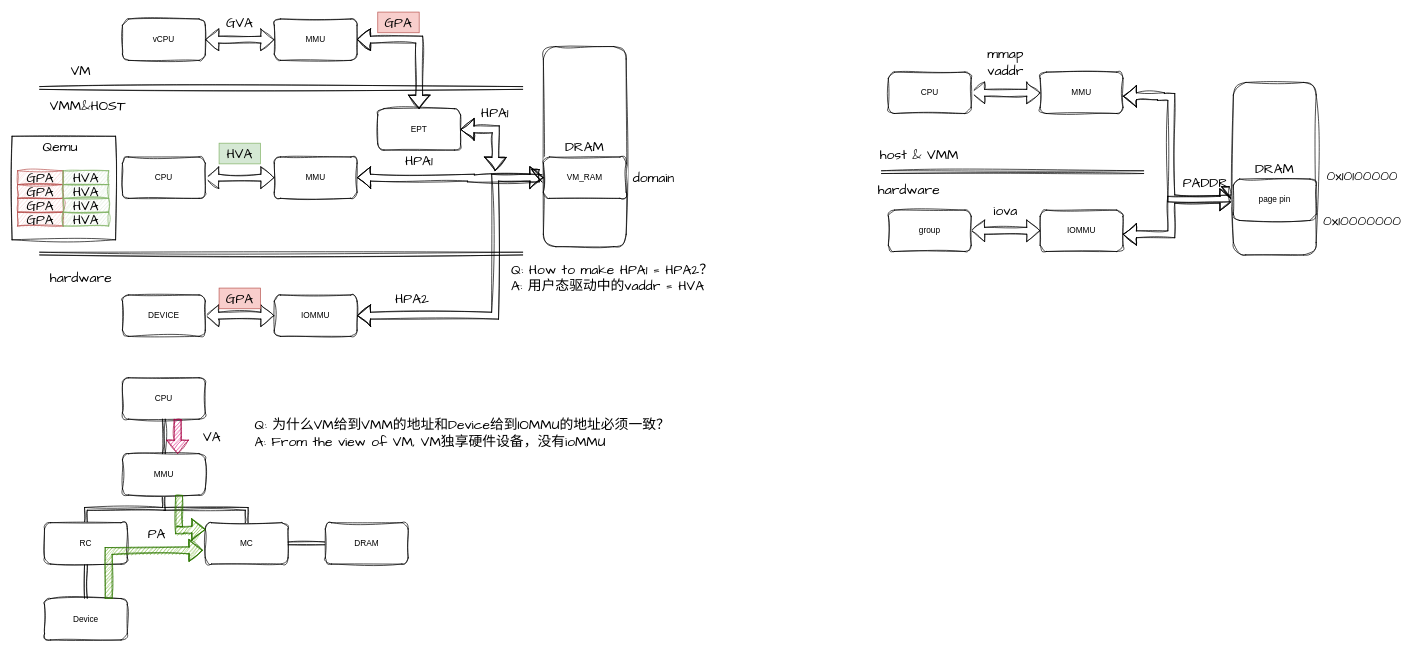
This is images/passthrough1.drawio from ji92/markdown_picture, a draw.io file, before an edit. Source tidied: cells renumbered, new cells numbered last; positions are measured from the earlier drawing's top-left corner, leaving out a move shared by most shapes. Both pictures are drawn from the tidied source at 69%, with x=0, y=0 at pixel (12, 12).
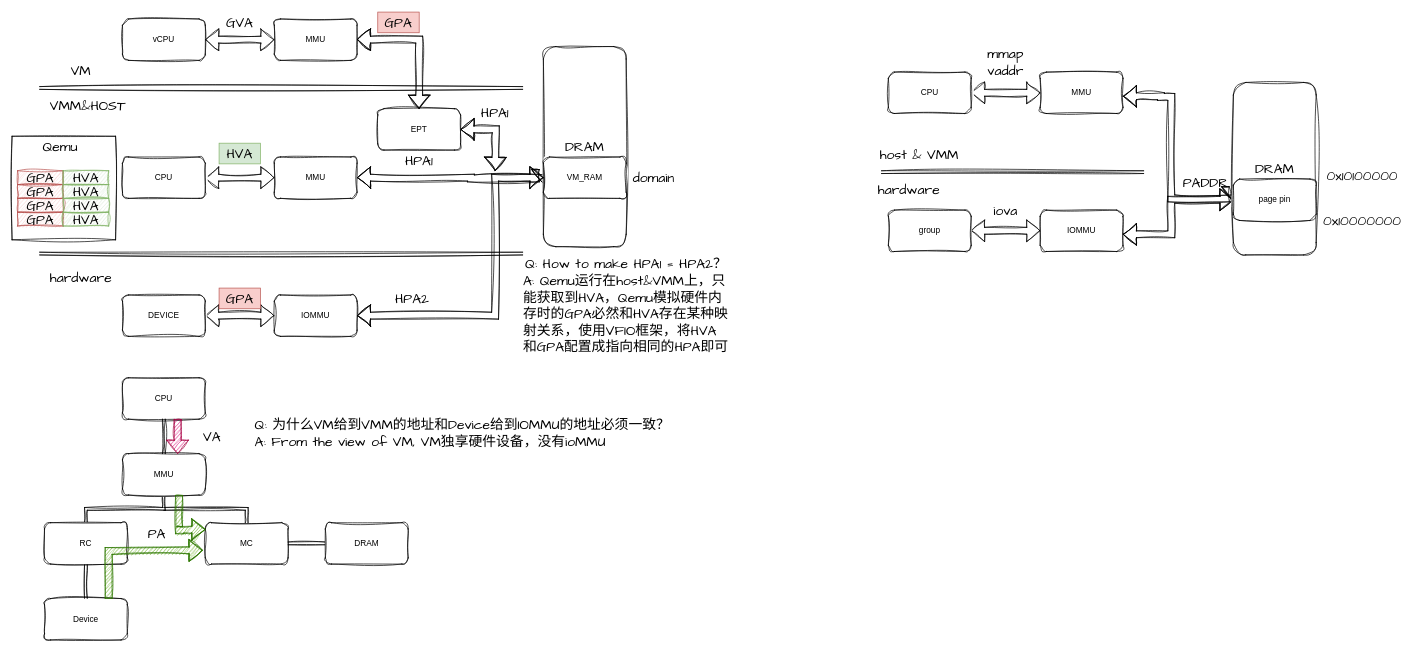
The same diagram, later.

Diff of the diagram source:
```diff
@@
-    <mxCell id="31" value="Q: How to make HPA1 = HPA2？&lt;br&gt;&lt;div style=&quot;text-align: left;&quot;&gt;&lt;span style=&quot;background-color: initial;&quot;&gt;A: 用户态驱动中的vaddr = HVA&lt;/span&gt;&lt;/div&gt;" style="text;strokeColor=none;align=center;fillColor=none;html=1;verticalAlign=middle;whiteSpace=wrap;rounded=0;fontSize=20;fontFamily=Architects Daughter;" parent="1" vertex="1">
-      <mxGeometry x="720" y="370" width="300" height="30" as="geometry" />
+    <mxCell id="31" value="Q: How to make HPA1 = HPA2？&lt;br&gt;&lt;div style=&quot;text-align: left;&quot;&gt;&lt;span style=&quot;background-color: initial;&quot;&gt;A: Qemu运行在host&amp;amp;VMM上，只能获取到HVA，Qemu模拟硬件内存时的GPA必然和HVA存在某种映射关系，使用VFIO框架，将HVA和GPA配置成指向相同的HPA即可&lt;/span&gt;&lt;/div&gt;" style="text;strokeColor=none;align=center;fillColor=none;html=1;verticalAlign=middle;whiteSpace=wrap;rounded=0;fontSize=20;fontFamily=Architects Daughter;" parent="1" vertex="1">
+      <mxGeometry x="740" y="410" width="300" height="30" as="geometry" />
     </mxCell>
```
